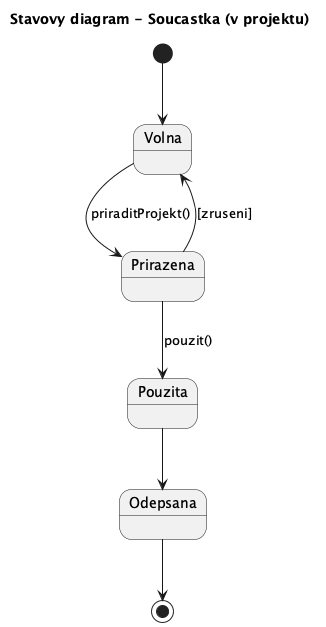
This is docs/images/10_state_soucastka_projekt.png from lkvapil/wms-elektronicke-soucastky, a PlantUML export, as it was before one commit.
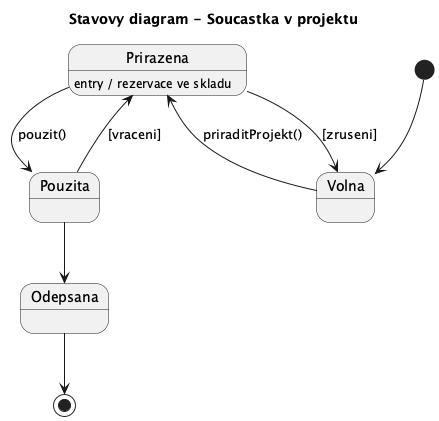
The same diagram one commit later.

The edit, as a diff of the source:
```diff
@@ -1,5 +1,5 @@
 @startuml
-title Stavovy diagram - Soucastka (v projektu)
+title Stavovy diagram - Soucastka v projektu
 
 [*] --> Volna
 
@@ -8,6 +8,9 @@
 Pouzita --> Odepsana
 
 Prirazena --> Volna : [zruseni]
+Pouzita --> Prirazena : [vraceni]
+
+Prirazena : entry / rezervace ve skladu
 
 Odepsana --> [*]
 
```
